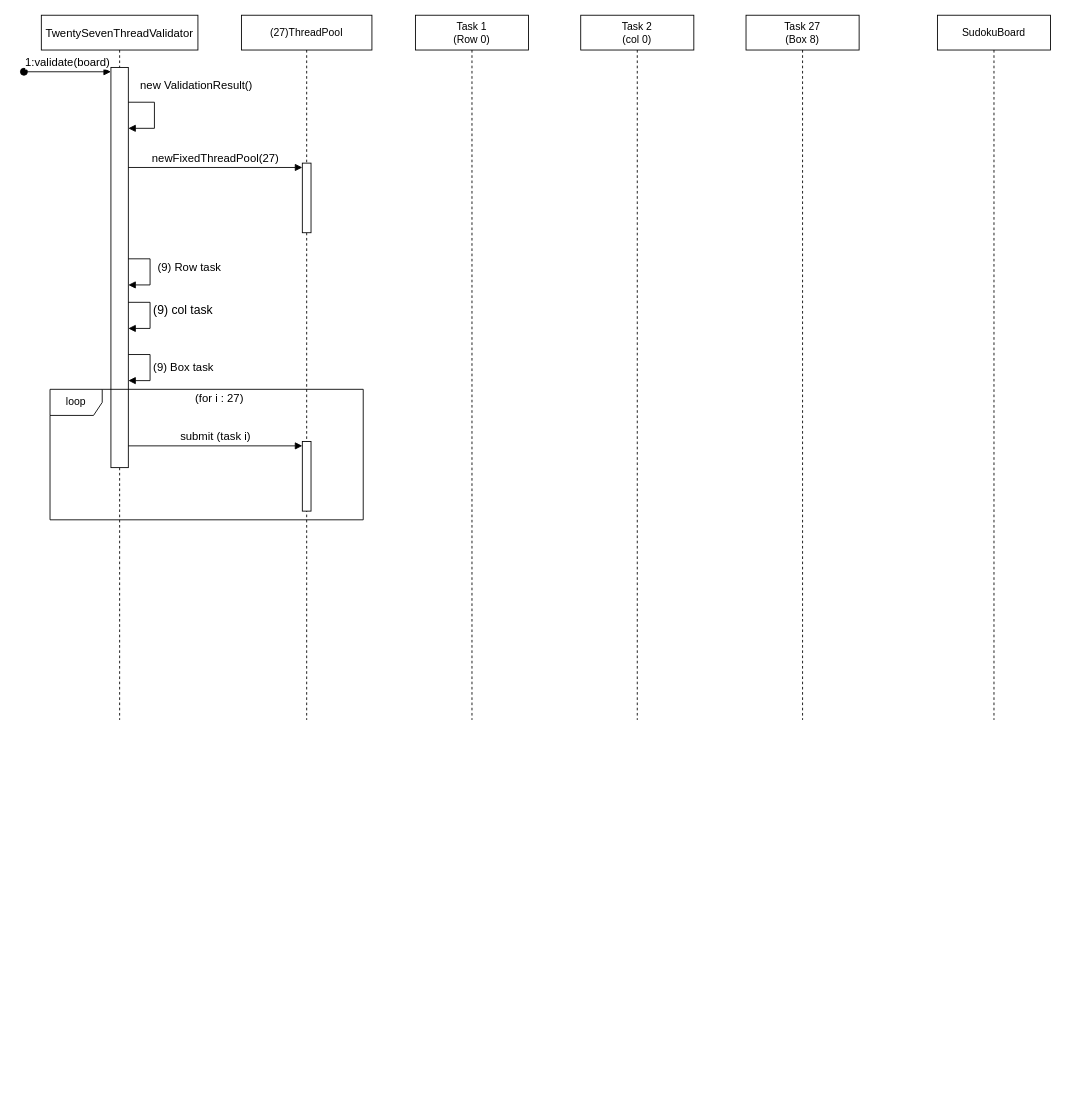
Above: diagrams/mode27 sequence diagram.drawio in Smook-e/Prog_lab9 (draw.io), before the change. Source tidied: cells renumbered, new cells numbered last; positions are measured from the earlier drawing's top-left corner, leaving out a move shared by most shapes. Both pictures are drawn from the tidied source at 87%, with x=0, y=0 at pixel (23, 15).
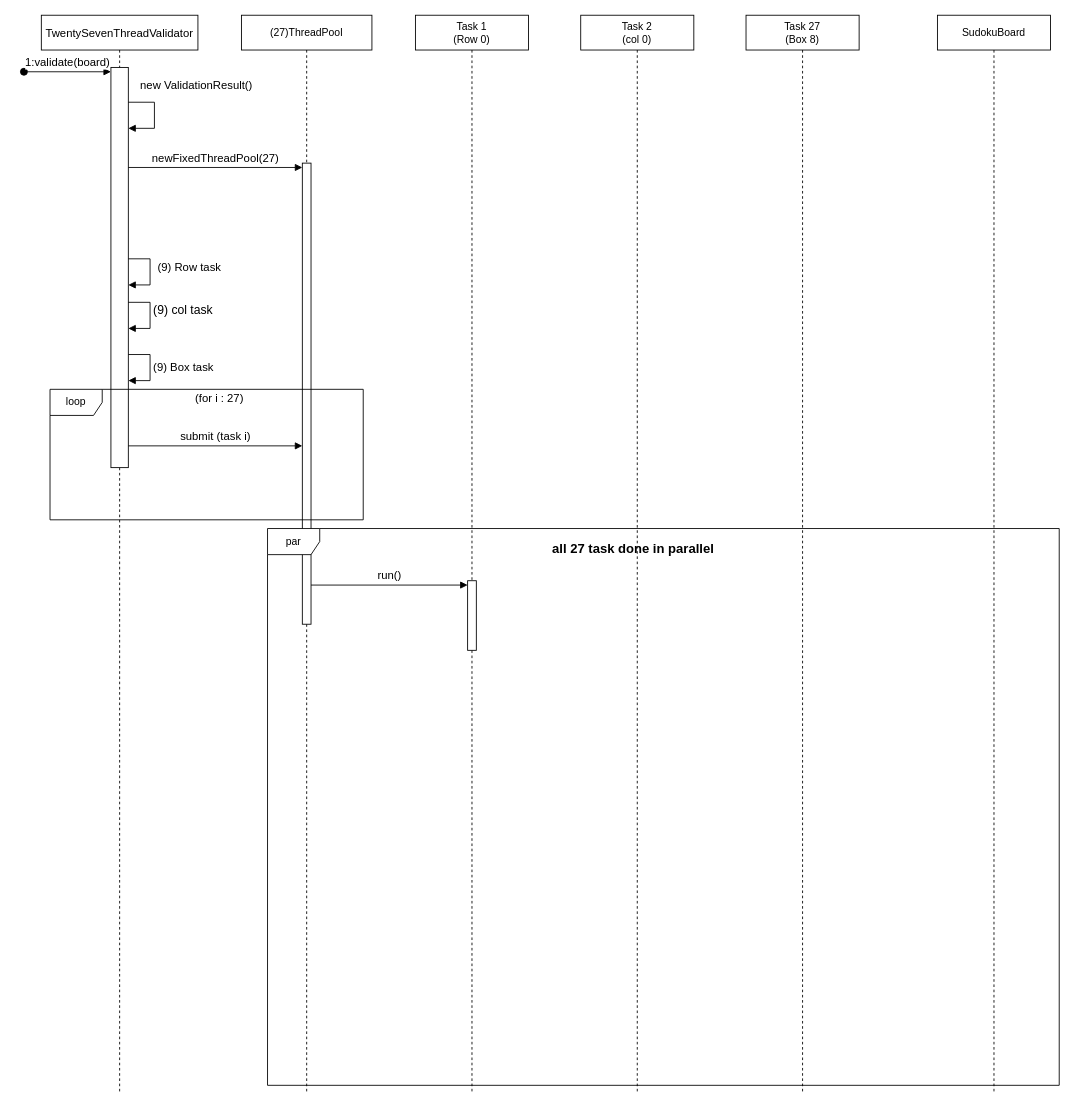
The same page after the edit.

What changed in the source:
```diff
@@
     <mxCell id="2" value="TwentySevenThreadValidator" style="shape=umlLifeline;perimeter=lifelinePerimeter;whiteSpace=wrap;html=1;newEdgeStyle={&quot;curved&quot;:0,&quot;rounded&quot;:0};fontSize=13;" parent="1" vertex="1">
-      <mxGeometry x="20" width="180" height="810" as="geometry" />
+      <mxGeometry x="20" width="180" height="1240" as="geometry" />
     </mxCell>
@@
     <mxCell id="9" value="(27)ThreadPool" style="shape=umlLifeline;perimeter=lifelinePerimeter;whiteSpace=wrap;html=1;newEdgeStyle={&quot;curved&quot;:0,&quot;rounded&quot;:0};" parent="1" vertex="1">
-      <mxGeometry x="250" width="150" height="810" as="geometry" />
+      <mxGeometry x="250" width="150" height="1240" as="geometry" />
     </mxCell>
     <mxCell id="10" style="html=1;points=[[0,0,0,0,5],[0,1,0,0,-5],[1,0,0,0,5],[1,1,0,0,-5]];perimeter=orthogonalPerimeter;outlineConnect=0;targetShapes=umlLifeline;portConstraint=eastwest;newEdgeStyle={&quot;curved&quot;:0,&quot;rounded&quot;:0};" parent="9" vertex="1">
-      <mxGeometry x="70" y="170" width="10" height="80" as="geometry" />
+      <mxGeometry x="70" y="170" width="10" height="530" as="geometry" />
     </mxCell>
-    <mxCell id="11" style="html=1;points=[[0,0,0,0,5],[0,1,0,0,-5],[1,0,0,0,5],[1,1,0,0,-5]];perimeter=orthogonalPerimeter;outlineConnect=0;targetShapes=umlLifeline;portConstraint=eastwest;newEdgeStyle={&quot;curved&quot;:0,&quot;rounded&quot;:0};" parent="9" vertex="1">
-      <mxGeometry x="70" y="490" width="10" height="80" as="geometry" />
-    </mxCell>
-    <mxCell id="12" value="submit (task i)" style="html=1;verticalAlign=bottom;endArrow=block;curved=0;rounded=0;entryX=0;entryY=0;entryDx=0;entryDy=5;fontSize=13;" parent="9" edge="1" target="11">
+    <mxCell id="12" value="submit (task i)" style="html=1;verticalAlign=bottom;endArrow=block;curved=0;rounded=0;entryX=0;entryY=0;entryDx=0;entryDy=5;fontSize=13;" parent="9" edge="1">
       <mxGeometry relative="1" as="geometry">
         <mxPoint x="-130" y="495" as="sourcePoint" />
+        <mxPoint x="70" y="495" as="targetPoint" />
       </mxGeometry>
     </mxCell>
     <mxCell id="13" value="Task 1&lt;div&gt;(Row 0)&lt;/div&gt;" style="shape=umlLifeline;perimeter=lifelinePerimeter;whiteSpace=wrap;html=1;newEdgeStyle={&quot;curved&quot;:0,&quot;rounded&quot;:0};" parent="1" vertex="1">
-      <mxGeometry x="450" width="130" height="810" as="geometry" />
+      <mxGeometry x="450" width="130" height="1240" as="geometry" />
     </mxCell>
+    <mxCell id="20" style="html=1;points=[[0,0,0,0,5],[0,1,0,0,-5],[1,0,0,0,5],[1,1,0,0,-5]];perimeter=orthogonalPerimeter;outlineConnect=0;targetShapes=umlLifeline;portConstraint=eastwest;newEdgeStyle={&quot;curved&quot;:0,&quot;rounded&quot;:0};" parent="13" vertex="1">
+      <mxGeometry x="60" y="650" width="10" height="80" as="geometry" />
+    </mxCell>
+    <mxCell id="21" value="run()" style="html=1;verticalAlign=bottom;endArrow=block;curved=0;rounded=0;entryX=0;entryY=0;entryDx=0;entryDy=5;fontSize=13;" parent="13" edge="1" target="20">
+      <mxGeometry relative="1" as="geometry">
+        <mxPoint x="-120" y="655" as="sourcePoint" />
+      </mxGeometry>
+    </mxCell>
     <mxCell id="14" value="Task 2&lt;div&gt;(col 0)&lt;/div&gt;" style="shape=umlLifeline;perimeter=lifelinePerimeter;whiteSpace=wrap;html=1;newEdgeStyle={&quot;curved&quot;:0,&quot;rounded&quot;:0};" parent="1" vertex="1">
-      <mxGeometry x="640" width="130" height="810" as="geometry" />
+      <mxGeometry x="640" width="130" height="1240" as="geometry" />
     </mxCell>
     <mxCell id="15" value="Task 27&lt;div&gt;(Box 8)&lt;/div&gt;" style="shape=umlLifeline;perimeter=lifelinePerimeter;whiteSpace=wrap;html=1;newEdgeStyle={&quot;curved&quot;:0,&quot;rounded&quot;:0};" parent="1" vertex="1">
-      <mxGeometry x="830" width="130" height="810" as="geometry" />
+      <mxGeometry x="830" width="130" height="1240" as="geometry" />
     </mxCell>
     <mxCell id="16" value="SudokuBoard" style="shape=umlLifeline;perimeter=lifelinePerimeter;whiteSpace=wrap;html=1;newEdgeStyle={&quot;curved&quot;:0,&quot;rounded&quot;:0};" parent="1" vertex="1">
-      <mxGeometry x="1050" width="130" height="810" as="geometry" />
+      <mxGeometry x="1050" width="130" height="1240" as="geometry" />
     </mxCell>
@@
+    <mxCell id="22" value="par" style="shape=umlFrame;whiteSpace=wrap;html=1;" parent="1" vertex="1">
+      <mxGeometry x="280" y="590" width="910" height="640" as="geometry" />
+    </mxCell>
+    <mxCell id="23" value="all 27 task done in parallel" style="text;align=center;fontStyle=1;verticalAlign=middle;spacingLeft=3;spacingRight=3;strokeColor=none;html=1;fontSize=15;" parent="1" vertex="1">
+      <mxGeometry x="570" y="600" width="260" height="26" as="geometry" />
+    </mxCell>
```
